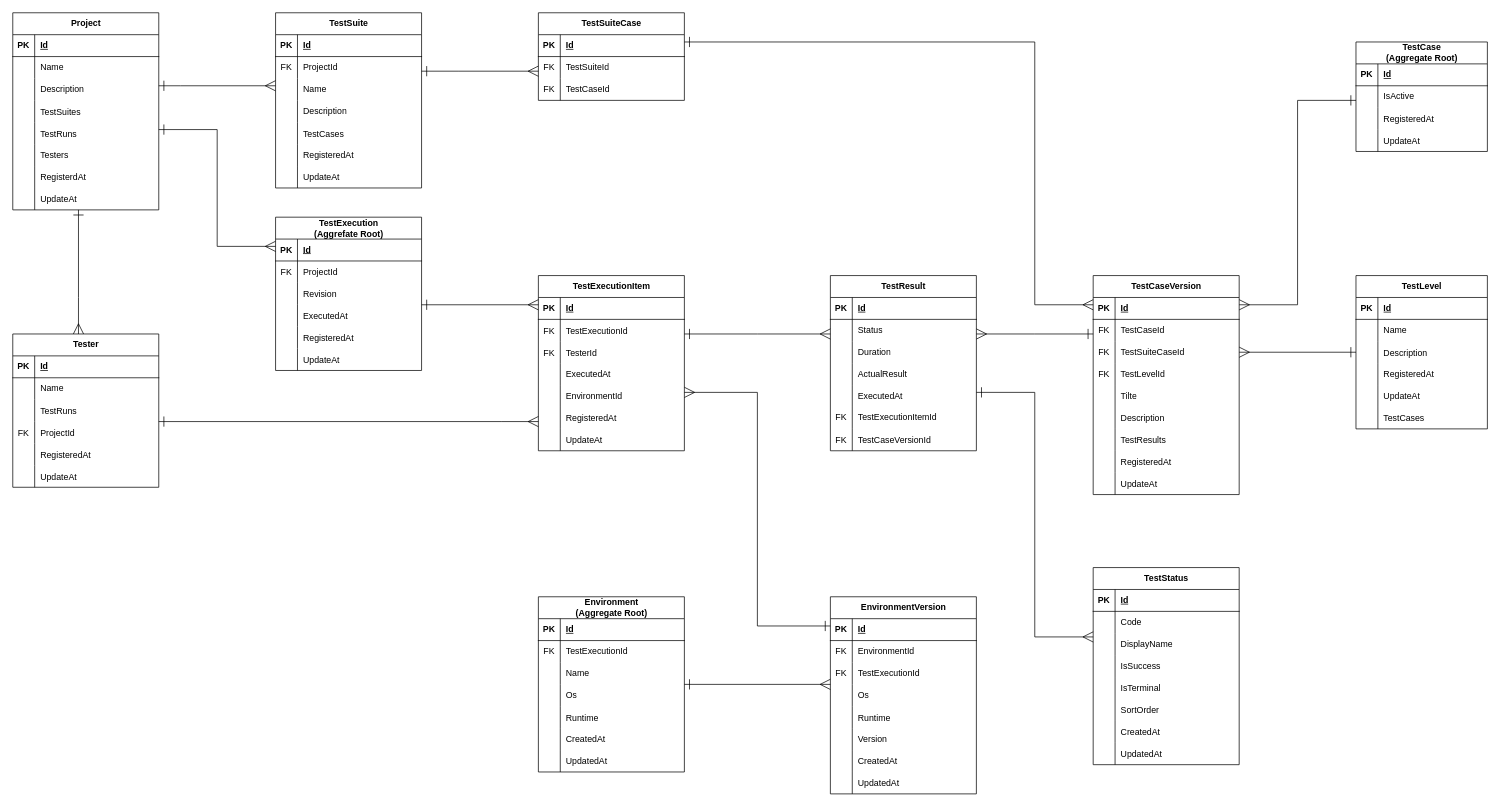
Before: page "テスト結果管理" (1 of 4) of doc/design/ER_diagram.drawio in CountrySideEngineer/TestManagement, a draw.io diagram. Source tidied: cells renumbered, new cells numbered last; positions are measured from the earlier drawing's top-left corner, leaving out a move shared by most shapes. Both pictures are drawn from the tidied source at 73%, with x=0, y=0 at pixel (12, 12).
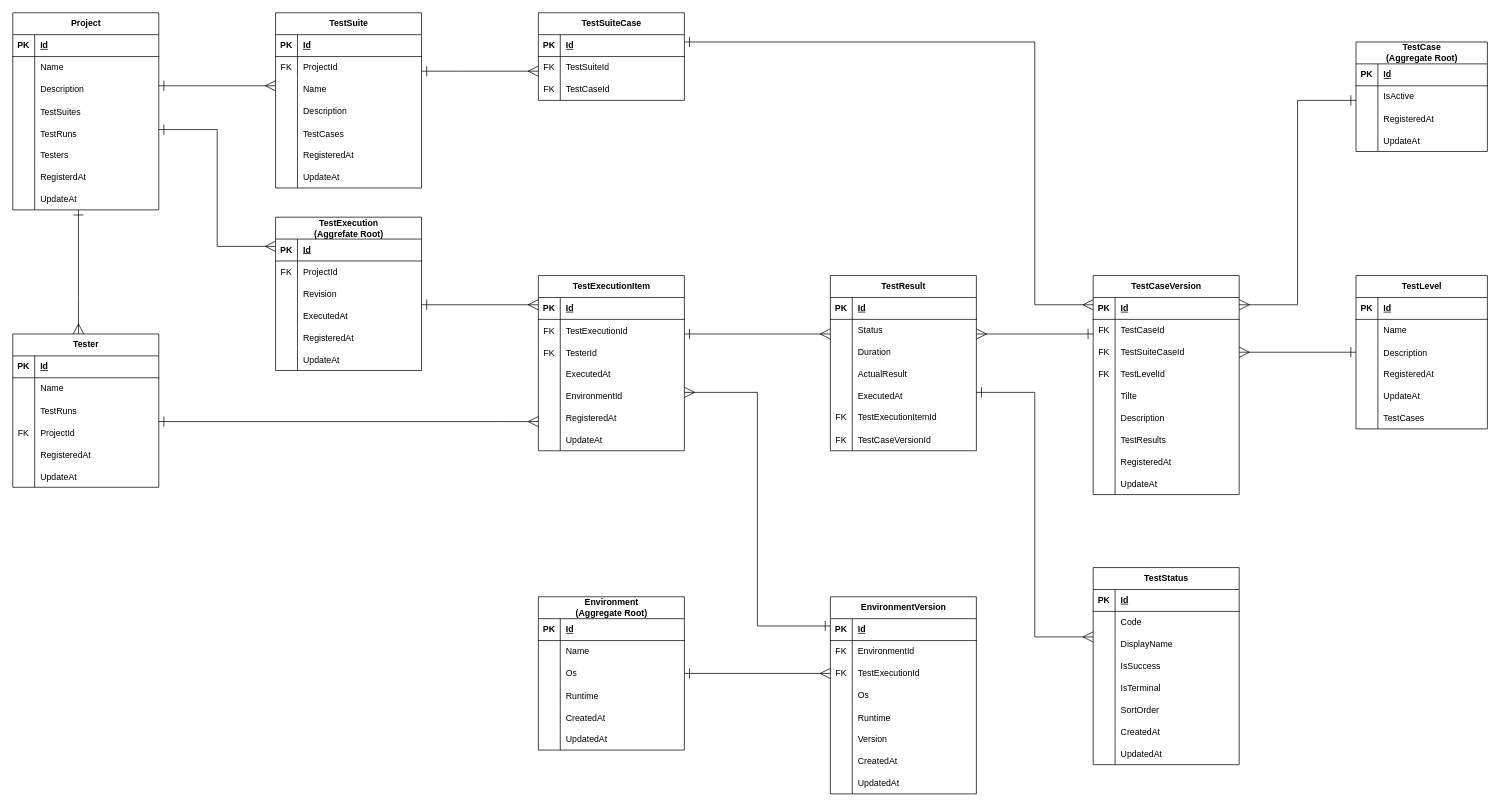
Above is the later version.

Commit message:
Update data base table design document. Update ER diagram by modifying table column design.

Diff of the diagram source:
```diff
@@
     <mxCell id="217" value="Environment&lt;div&gt;(Aggregate Root)&lt;/div&gt;" style="shape=table;startSize=30;childLayout=tableLayout;rowLines=0;fontStyle=1;align=center;html=1;" parent="1" vertex="1">
-      <mxGeometry x="720" y="800" width="200" height="240" as="geometry" />
+      <mxGeometry x="720" y="800" width="200" height="210" as="geometry" />
     </mxCell>
@@
-    <mxCell id="221" style="shape=tableRow;horizontal=0;startSize=0;swimlaneHead=0;swimlaneBody=0;fillColor=none;top=0;left=0;right=0;bottom=0;" parent="217" vertex="1">
-      <mxGeometry y="60" width="200" height="30" as="geometry" />
-    </mxCell>
-    <mxCell id="222" value="FK" style="shape=partialRectangle;fillColor=none;top=0;left=0;bottom=0;right=0;fontStyle=0;overflow=hidden;whiteSpace=wrap;html=1;" parent="221" vertex="1">
-      <mxGeometry width="30" height="30" as="geometry" />
-    </mxCell>
-    <mxCell id="223" value="TestExecutionId" style="shape=partialRectangle;fillColor=none;top=0;left=0;bottom=0;right=0;align=left;spacingLeft=6;fontStyle=0;overflow=hidden;whiteSpace=wrap;html=1;" parent="221" vertex="1">
-      <mxGeometry x="30" width="170" height="30" as="geometry" />
-    </mxCell>
     <mxCell id="224" style="shape=tableRow;horizontal=0;startSize=0;swimlaneHead=0;swimlaneBody=0;fillColor=none;top=0;left=0;right=0;bottom=0;" parent="217" vertex="1">
-      <mxGeometry y="90" width="200" height="30" as="geometry" />
+      <mxGeometry y="60" width="200" height="30" as="geometry" />
     </mxCell>
@@
     <mxCell id="227" style="shape=tableRow;horizontal=0;startSize=0;swimlaneHead=0;swimlaneBody=0;fillColor=none;top=0;left=0;right=0;bottom=0;" parent="217" vertex="1">
-      <mxGeometry y="120" width="200" height="30" as="geometry" />
+      <mxGeometry y="90" width="200" height="30" as="geometry" />
     </mxCell>
@@
     <mxCell id="230" style="shape=tableRow;horizontal=0;startSize=0;swimlaneHead=0;swimlaneBody=0;fillColor=none;top=0;left=0;right=0;bottom=0;" parent="217" vertex="1">
-      <mxGeometry y="150" width="200" height="30" as="geometry" />
+      <mxGeometry y="120" width="200" height="30" as="geometry" />
     </mxCell>
@@
     <mxCell id="233" style="shape=tableRow;horizontal=0;startSize=0;swimlaneHead=0;swimlaneBody=0;fillColor=none;top=0;left=0;right=0;bottom=0;" parent="217" vertex="1">
-      <mxGeometry y="180" width="200" height="30" as="geometry" />
+      <mxGeometry y="150" width="200" height="30" as="geometry" />
     </mxCell>
@@
     <mxCell id="236" style="shape=tableRow;horizontal=0;startSize=0;swimlaneHead=0;swimlaneBody=0;fillColor=none;top=0;left=0;right=0;bottom=0;" parent="217" vertex="1">
-      <mxGeometry y="210" width="200" height="30" as="geometry" />
+      <mxGeometry y="180" width="200" height="30" as="geometry" />
     </mxCell>
```
